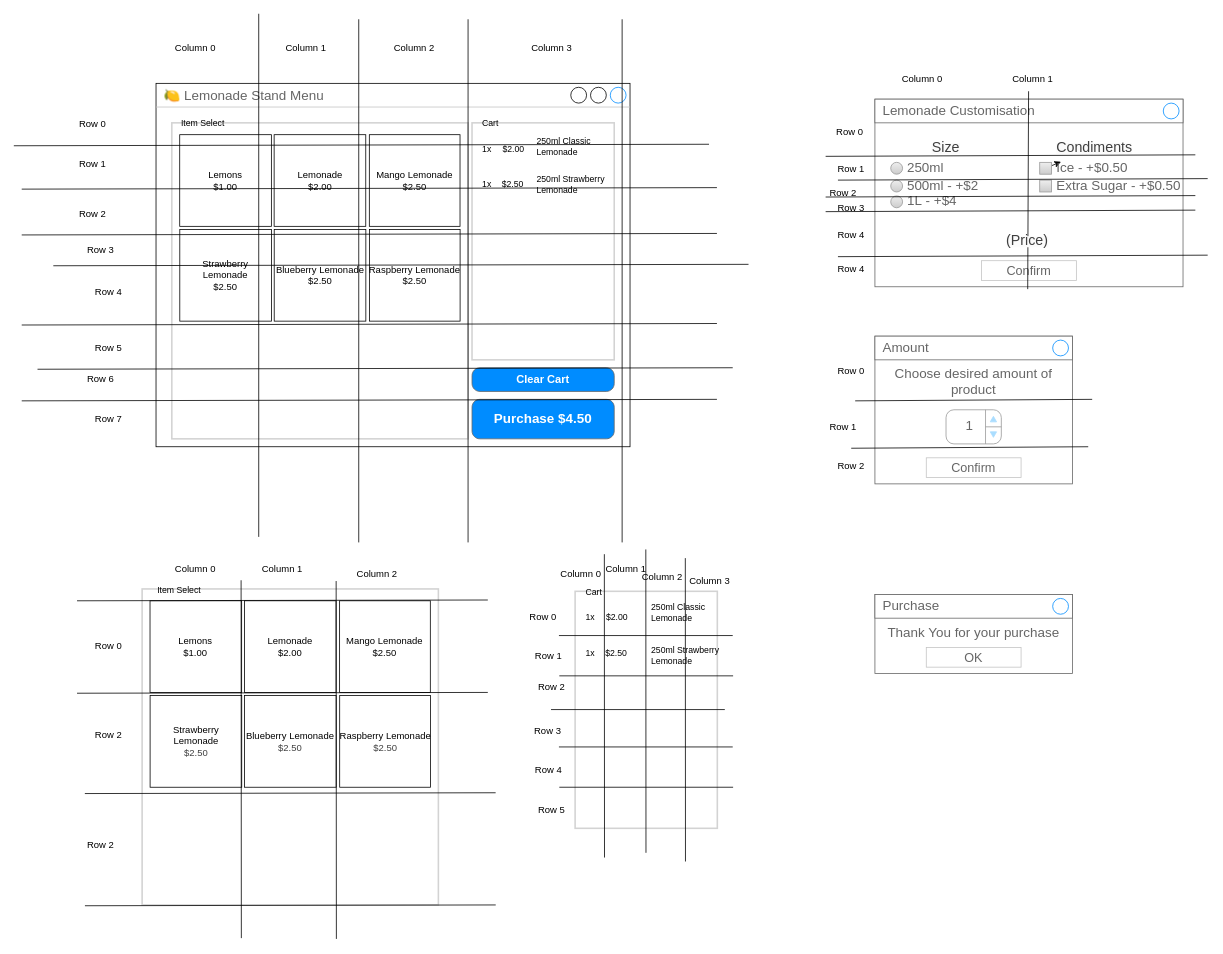
Before: Lemonade_Stand_Sandbox.drawio in MAL-12DGT-2025/tkinter-projects-MichaelHayesMC, a draw.io diagram. Source tidied: cells renumbered, new cells numbered last; positions are measured from the earlier drawing's top-left corner, leaving out a move shared by most shapes. Both pictures are drawn from the tidied source at 79%, with x=0, y=0 at pixel (13, 13).
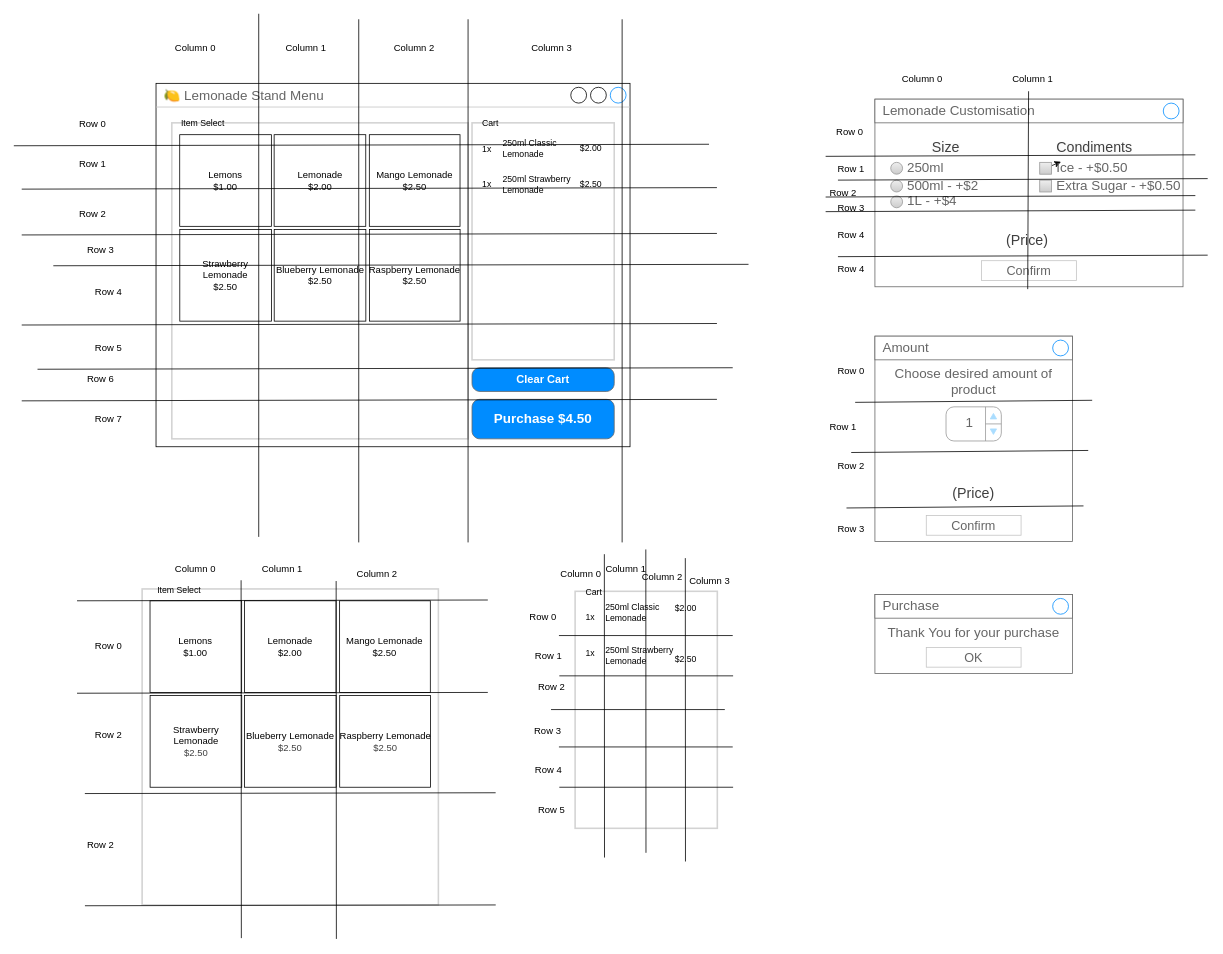
Above is the later version.

Commit message:
Layout of Main Design Change

The change refers to these unchanged cells:
```xml
<mxCell id="29" style="strokeWidth=1;shadow=0;dashed=0;align=center;html=1;shape=mxgraph.mockup.containers.rrect;rSize=0;strokeColor=#666666;fontColor=#666666;fontSize=17;verticalAlign=top;whiteSpace=wrap;fillColor=#ffffff;spacingTop=32;" parent="1" vertex="1">
  <mxGeometry x="1090" y="108" width="390" height="237.5" as="geometry" />
</mxCell>
```

Diff of the diagram source:
```diff
@@
     <mxCell id="6" value="250ml Classic Lemonade" style="text;html=1;align=left;verticalAlign=middle;whiteSpace=wrap;rounded=0;fontSize=11;" parent="1" vertex="1">
-      <mxGeometry x="660" y="153" width="90" height="30" as="geometry" />
+      <mxGeometry x="617" y="156" width="90" height="30" as="geometry" />
     </mxCell>
     <mxCell id="7" value="250ml Strawberry Lemonade" style="text;html=1;align=left;verticalAlign=middle;whiteSpace=wrap;rounded=0;fontSize=11;" parent="1" vertex="1">
-      <mxGeometry x="660" y="201" width="90" height="30" as="geometry" />
+      <mxGeometry x="617" y="201" width="90" height="30" as="geometry" />
     </mxCell>
     <mxCell id="8" value="$2.50" style="text;html=1;align=left;verticalAlign=middle;whiteSpace=wrap;rounded=0;fontSize=11;" parent="1" vertex="1">
-      <mxGeometry x="616" y="212" width="30" height="8" as="geometry" />
+      <mxGeometry x="714.5" y="212" width="30" height="8" as="geometry" />
     </mxCell>
     <mxCell id="9" value="$2.00" style="text;html=1;align=left;verticalAlign=middle;whiteSpace=wrap;rounded=0;fontSize=11;" parent="1" vertex="1">
-      <mxGeometry x="617" y="167" width="30" height="8" as="geometry" />
+      <mxGeometry x="714.5" y="166" width="30" height="8" as="geometry" />
     </mxCell>
@@
     <mxCell id="20" value="&lt;div&gt;&lt;span style=&quot;background-color: transparent;&quot;&gt;Choose desired amount of product&lt;/span&gt;&lt;/div&gt;" style="strokeWidth=1;shadow=0;dashed=0;align=center;html=1;shape=mxgraph.mockup.containers.rrect;rSize=0;strokeColor=#666666;fontColor=#666666;fontSize=17;verticalAlign=top;whiteSpace=wrap;fillColor=#ffffff;spacingTop=32;" parent="1" vertex="1">
-      <mxGeometry x="1090" y="408" width="250" height="187" as="geometry" />
+      <mxGeometry x="1090" y="408" width="250" height="260" as="geometry" />
     </mxCell>
@@
     <mxCell id="24" value="&lt;table cellpadding=&quot;0&quot; cellspacing=&quot;0&quot; style=&quot;width:100%;height:100%;&quot;&gt;&lt;tbody&gt;&lt;tr&gt;&lt;td style=&quot;width:85%&quot;&gt;1&lt;/td&gt;&lt;td style=&quot;width:15%&quot;&gt;&lt;/td&gt;&lt;/tr&gt;&lt;/tbody&gt;&lt;/table&gt;" style="strokeWidth=1;shadow=0;dashed=0;align=center;html=1;shape=mxgraph.mockup.forms.spinner;strokeColor=#999999;spinLayout=right;spinStyle=normal;adjStyle=triangle;fillColor=#aaddff;fontSize=17;fontColor=#666666;mainText=;html=1;overflow=fill;" parent="20" vertex="1">
-      <mxGeometry x="90" y="93.2" width="70" height="43.2" as="geometry" />
+      <mxGeometry x="90" y="89.5" width="70" height="43.2" as="geometry" />
     </mxCell>
     <mxCell id="25" style="endArrow=none;html=1;" parent="20" edge="1">
       <mxGeometry relative="1" as="geometry">
-        <mxPoint x="275" y="80" as="sourcePoint" />
-        <mxPoint x="-25" y="81.9" as="targetPoint" />
+        <mxPoint x="275" y="81.2" as="sourcePoint" />
+        <mxPoint x="-25" y="83.8" as="targetPoint" />
       </mxGeometry>
     </mxCell>
     <mxCell id="26" style="endArrow=none;html=1;" parent="20" edge="1">
       <mxGeometry relative="1" as="geometry">
-        <mxPoint x="270" y="140" as="sourcePoint" />
-        <mxPoint x="-30" y="141.9" as="targetPoint" />
+        <mxPoint x="270" y="144.7" as="sourcePoint" />
+        <mxPoint x="-30" y="147.3" as="targetPoint" />
       </mxGeometry>
     </mxCell>
+    <mxCell id="131" value="&lt;span style=&quot;color: rgb(63, 63, 63); font-size: 18px;&quot;&gt;(Price)&lt;/span&gt;" style="text;whiteSpace=wrap;html=1;fontSize=12;align=center;verticalAlign=middle;" parent="20" vertex="1">
+      <mxGeometry x="82.9" y="180" width="84.2" height="37.5" as="geometry" />
+    </mxCell>
@@
-    <mxCell id="46" value="&lt;span style=&quot;color: rgb(63, 63, 63); font-family: Helvetica; font-style: normal; font-variant-ligatures: normal; font-variant-caps: normal; font-weight: 400; letter-spacing: normal; orphans: 2; text-indent: 0px; text-transform: none; widows: 2; word-spacing: 0px; -webkit-text-stroke-width: 0px; white-space: normal; background-color: rgb(251, 251, 251); text-decoration-thickness: initial; text-decoration-style: initial; text-decoration-color: initial; float: none; display: inline !important;&quot;&gt;&lt;font style=&quot;font-size: 18px;&quot;&gt;(Price)&lt;/font&gt;&lt;/span&gt;" style="text;whiteSpace=wrap;html=1;fontSize=12;align=center;verticalAlign=middle;" parent="29" vertex="1">
+    <mxCell id="46" value="&lt;span style=&quot;color: rgb(63, 63, 63); font-size: 18px;&quot;&gt;(Price)&lt;/span&gt;" style="text;whiteSpace=wrap;html=1;fontSize=12;align=center;verticalAlign=middle;" parent="29" vertex="1">
       <mxGeometry x="151.3" y="160" width="84.2" height="37.5" as="geometry" />
     </mxCell>
@@
     <mxCell id="90" value="250ml Classic Lemonade" style="text;html=1;align=left;verticalAlign=middle;whiteSpace=wrap;rounded=0;fontSize=11;" parent="1" vertex="1">
-      <mxGeometry x="804.5" y="743" width="90" height="30" as="geometry" />
+      <mxGeometry x="746.5" y="743" width="90" height="30" as="geometry" />
     </mxCell>
     <mxCell id="91" value="250ml Strawberry Lemonade" style="text;html=1;align=left;verticalAlign=middle;whiteSpace=wrap;rounded=0;fontSize=11;" parent="1" vertex="1">
-      <mxGeometry x="804.5" y="798" width="90" height="30" as="geometry" />
+      <mxGeometry x="746.5" y="798" width="90" height="30" as="geometry" />
     </mxCell>
     <mxCell id="92" value="$2.50" style="text;html=1;align=left;verticalAlign=middle;whiteSpace=wrap;rounded=0;fontSize=11;" parent="1" vertex="1">
-      <mxGeometry x="746.5" y="805" width="30" height="8" as="geometry" />
+      <mxGeometry x="834.5" y="813" width="30" height="8" as="geometry" />
     </mxCell>
     <mxCell id="93" value="$2.00" style="text;html=1;align=left;verticalAlign=middle;whiteSpace=wrap;rounded=0;fontSize=11;" parent="1" vertex="1">
-      <mxGeometry x="747.5" y="760" width="30" height="8" as="geometry" />
+      <mxGeometry x="834.5" y="749" width="30" height="8" as="geometry" />
     </mxCell>
@@
+    <mxCell id="132" style="endArrow=none;html=1;" parent="1" edge="1">
+      <mxGeometry relative="1" as="geometry">
+        <mxPoint x="1354" y="622.9" as="sourcePoint" />
+        <mxPoint x="1054" y="625.5" as="targetPoint" />
+      </mxGeometry>
+    </mxCell>
+    <mxCell id="133" value="Row 3" style="text;html=1;align=center;verticalAlign=middle;whiteSpace=wrap;rounded=0;" parent="1" vertex="1">
+      <mxGeometry x="1030" y="638" width="60" height="30" as="geometry" />
+    </mxCell>
```
